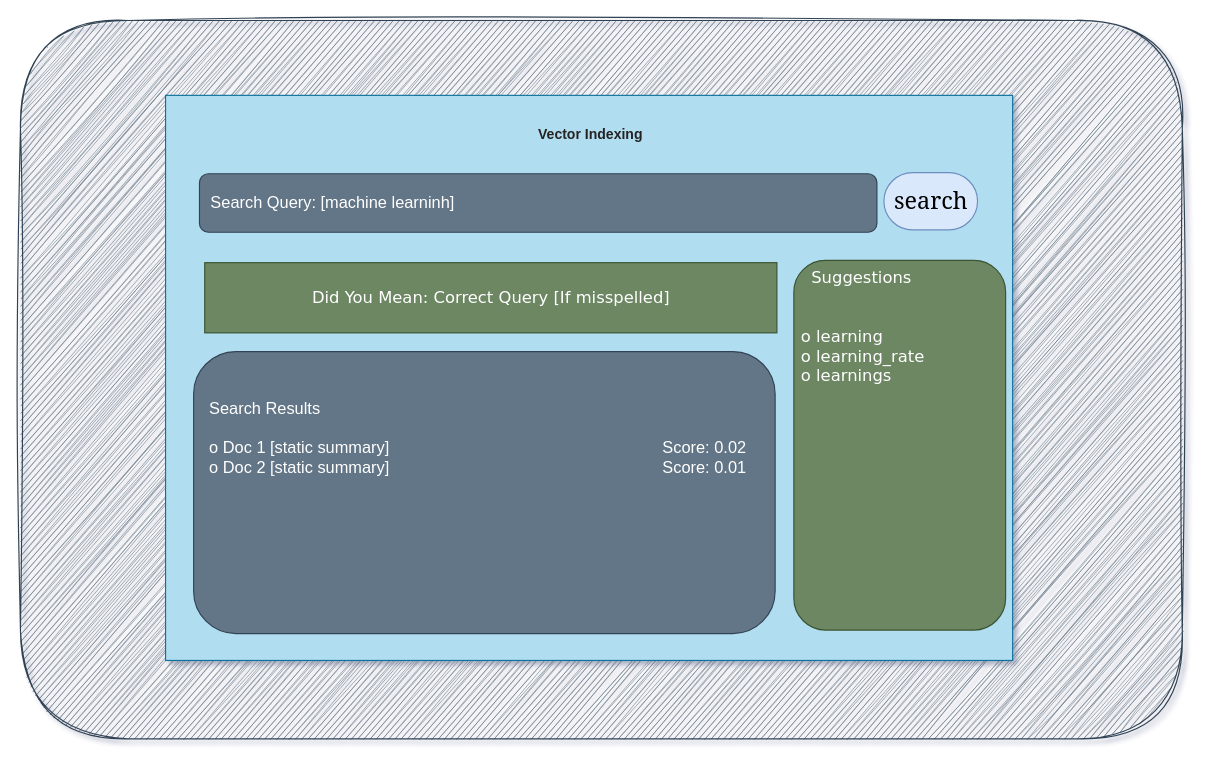
This is flows/ui.drawio from Ashad001/IR-Indexing, a draw.io file, before an edit. Source tidied: cells renumbered, new cells numbered last; positions are measured from the earlier drawing's top-left corner, leaving out a move shared by most shapes. Both pictures are drawn from the tidied source at 117%, with x=0, y=0 at pixel (20, 20).
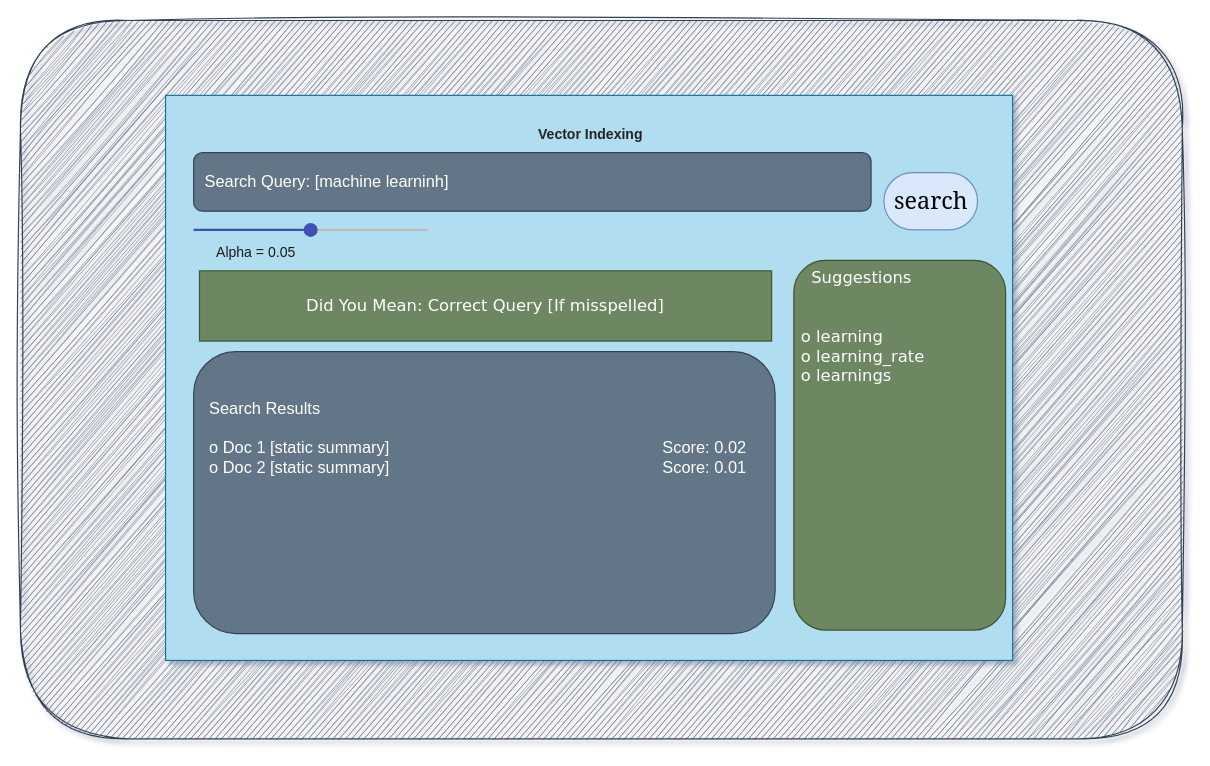
The same page after the edit.

Diff of the diagram source:
```diff
@@
 <mxGraphModel background="#ffffff" shadow="1">
   <root>
     <mxCell id="0" />
     <mxCell id="1" parent="0" />
     <mxCell id="2" style="rounded=1;whiteSpace=wrap;html=1;fillColor=#647687;fontColor=#ffffff;strokeColor=#314354;sketch=1;curveFitting=1;jiggle=2;" parent="1" vertex="1">
       <mxGeometry width="993" height="614" as="geometry" />
     </mxCell>
     <mxCell id="3" style="rounded=0;whiteSpace=wrap;html=1;fillColor=#b1ddf0;strokeColor=#10739e;" parent="1" vertex="1">
       <mxGeometry x="124" y="64" width="724" height="483" as="geometry" />
     </mxCell>
     <mxCell id="4" value="&lt;h1&gt;&lt;br&gt;&lt;/h1&gt;" style="text;html=1;strokeColor=none;fillColor=none;align=center;verticalAlign=middle;whiteSpace=wrap;rounded=0;fontColor=#0b0a0a;" parent="1" vertex="1">
       <mxGeometry x="128" y="12" width="717" height="47" as="geometry" />
     </mxCell>
     <mxCell id="5" value="&lt;font face=&quot;Helvetica&quot; style=&quot;font-size: 14px;&quot;&gt;&amp;nbsp; Search Query: [machine learninh]&lt;/font&gt;" style="rounded=1;whiteSpace=wrap;html=1;fontFamily=Verdana;align=left;fillColor=#647687;strokeColor=#314354;fontColor=#ffffff;" parent="1" vertex="1">
-      <mxGeometry x="153" y="131" width="579" height="50" as="geometry" />
+      <mxGeometry x="148" y="113" width="579" height="50" as="geometry" />
     </mxCell>
     <mxCell id="6" value="Vector Indexing" style="text;html=1;strokeColor=none;fillColor=none;align=center;verticalAlign=middle;whiteSpace=wrap;rounded=0;fontStyle=1;fontColor=#252323;" parent="1" vertex="1">
       <mxGeometry x="386" y="83" width="203" height="30" as="geometry" />
     </mxCell>
     <mxCell id="7" value="&lt;font face=&quot;Verdana&quot; style=&quot;font-size: 14px;&quot;&gt;&amp;nbsp; &amp;nbsp;Suggestions&lt;br&gt;&lt;br&gt;&lt;br&gt;&amp;nbsp;o learning&lt;br&gt;&amp;nbsp;o learning_rate&lt;br&gt;&amp;nbsp;o learnings&lt;/font&gt;" style="rounded=1;whiteSpace=wrap;html=1;verticalAlign=top;align=left;fillColor=#6d8764;strokeColor=#3A5431;fontColor=#ffffff;" parent="1" vertex="1">
       <mxGeometry x="661" y="205" width="181" height="316" as="geometry" />
     </mxCell>
     <mxCell id="8" value="&lt;font style=&quot;font-size: 14px;&quot;&gt;&amp;nbsp; &amp;nbsp; &amp;nbsp; &amp;nbsp; &amp;nbsp; &lt;br&gt;&lt;br&gt;&amp;nbsp; &amp;nbsp;Search Results&lt;br&gt;&lt;br&gt;&amp;nbsp; &amp;nbsp;o Doc 1 [static summary]&amp;nbsp; &amp;nbsp; &amp;nbsp; &amp;nbsp; &amp;nbsp; &amp;nbsp; &amp;nbsp; &amp;nbsp; &amp;nbsp; &amp;nbsp; &amp;nbsp; &amp;nbsp; &amp;nbsp; &amp;nbsp; &amp;nbsp; &amp;nbsp; &amp;nbsp; &amp;nbsp; &amp;nbsp; &amp;nbsp; &amp;nbsp; &amp;nbsp; &amp;nbsp; &amp;nbsp; &amp;nbsp; &amp;nbsp; &amp;nbsp; &amp;nbsp; &amp;nbsp; &amp;nbsp; Score: 0.02&lt;br&gt;&amp;nbsp; &amp;nbsp;o Doc 2 [static summary]&amp;nbsp; &amp;nbsp; &amp;nbsp; &amp;nbsp; &amp;nbsp; &amp;nbsp; &amp;nbsp; &amp;nbsp; &amp;nbsp; &amp;nbsp; &amp;nbsp; &amp;nbsp; &amp;nbsp; &amp;nbsp; &amp;nbsp; &amp;nbsp; &amp;nbsp; &amp;nbsp; &amp;nbsp; &amp;nbsp; &amp;nbsp; &amp;nbsp; &amp;nbsp; &amp;nbsp; &amp;nbsp; &amp;nbsp; &amp;nbsp; &amp;nbsp; &amp;nbsp; &amp;nbsp; Score: 0.01&lt;br&gt;&lt;/font&gt;" style="rounded=1;whiteSpace=wrap;html=1;verticalAlign=top;align=left;fillColor=#647687;fontColor=#ffffff;strokeColor=#314354;" parent="1" vertex="1">
       <mxGeometry x="148" y="283" width="497" height="241" as="geometry" />
     </mxCell>
     <mxCell id="9" value="&lt;div style=&quot;&quot;&gt;&lt;font face=&quot;Verdana&quot; style=&quot;font-size: 14px;&quot;&gt;Did You Mean: Correct Query [If misspelled]&lt;/font&gt;&lt;/div&gt;" style="rounded=0;whiteSpace=wrap;html=1;align=center;fillColor=#6d8764;fontColor=#ffffff;strokeColor=#3A5431;" parent="1" vertex="1">
-      <mxGeometry x="157.5" y="207" width="489" height="60" as="geometry" />
+      <mxGeometry x="153" y="214" width="489" height="60" as="geometry" />
     </mxCell>
     <mxCell id="10" value="&lt;font face=&quot;Georgia&quot;&gt;search&lt;/font&gt;" style="html=1;dashed=0;whitespace=wrap;shape=mxgraph.dfd.start;hachureGap=4;fontFamily=Architects Daughter;fontSize=20;fillColor=#dae8fc;strokeColor=#6c8ebf;fontColor=#000000;" parent="1" vertex="1">
       <mxGeometry x="738" y="130" width="80" height="49" as="geometry" />
     </mxCell>
+    <mxCell id="11" style="dashed=0;verticalLabelPosition=bottom;verticalAlign=top;align=center;shape=mxgraph.gmdl.slider2;barPos=50;strokeColor=#3F51B5;opacity=100;strokeWidth=2;fillColor=#3F51B5;handleSize=10;shadow=0;" parent="1" vertex="1">
+      <mxGeometry x="148" y="174" width="200" height="10" as="geometry" />
+    </mxCell>
+    <mxCell id="12" value="Alpha = 0.05" style="text;html=1;strokeColor=none;fillColor=none;align=center;verticalAlign=middle;whiteSpace=wrap;rounded=0;fontColor=#1a1a1a;" parent="1" vertex="1">
+      <mxGeometry x="148" y="184" width="107" height="30" as="geometry" />
+    </mxCell>
   </root>
 </mxGraphModel>
```
